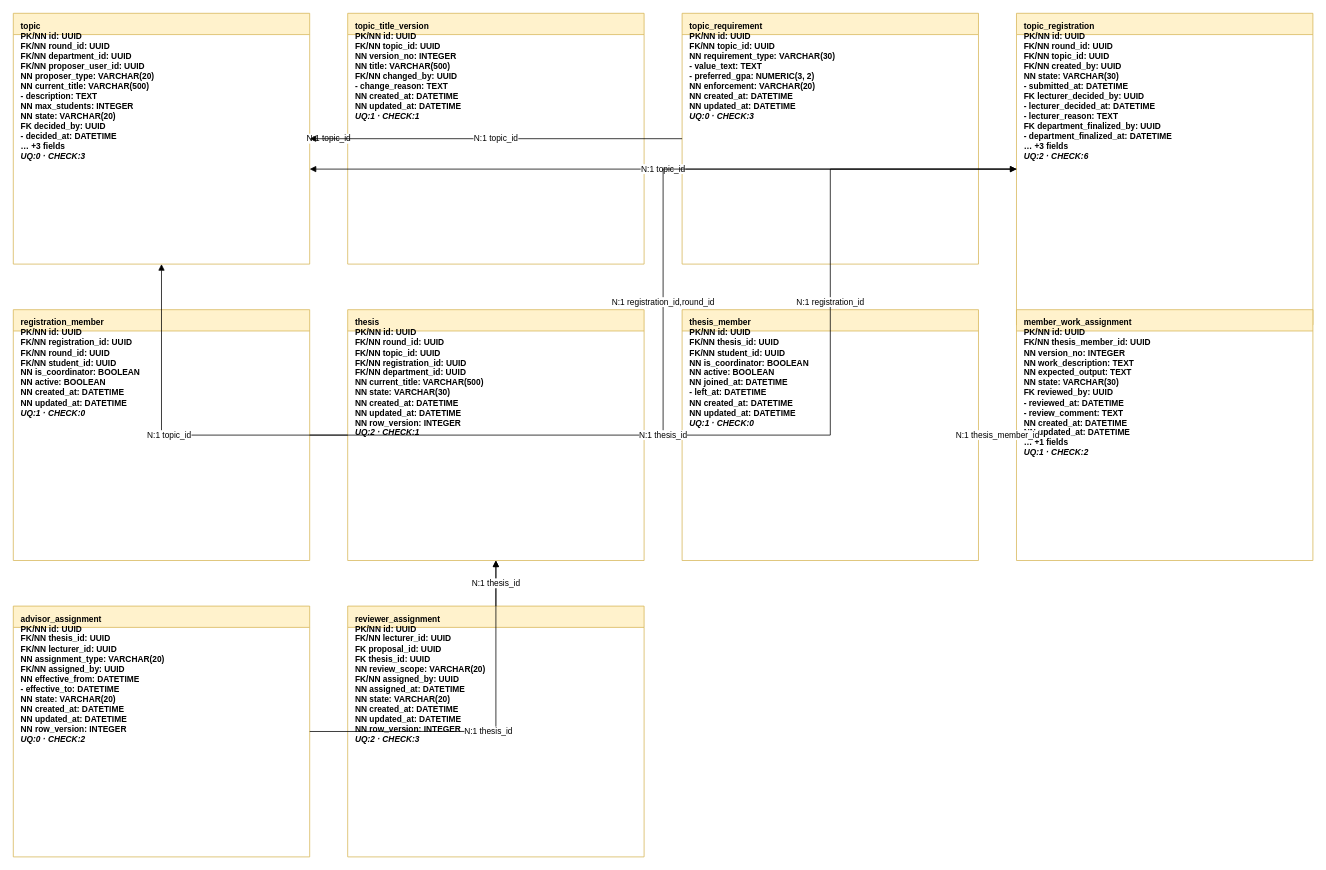
Earlier version of the draw.io diagram page "ERD 2 - Topic, đăng ký và Thesis" (2 of 5) of docs/design/erd.drawio (MingJien/kltn-management-ai). Source tidied: cells renumbered, new cells numbered last; positions are measured from the earlier drawing's top-left corner, leaving out a move shared by most shapes. Both pictures are drawn from the tidied source at 76%, with x=0, y=0 at pixel (13, 13).
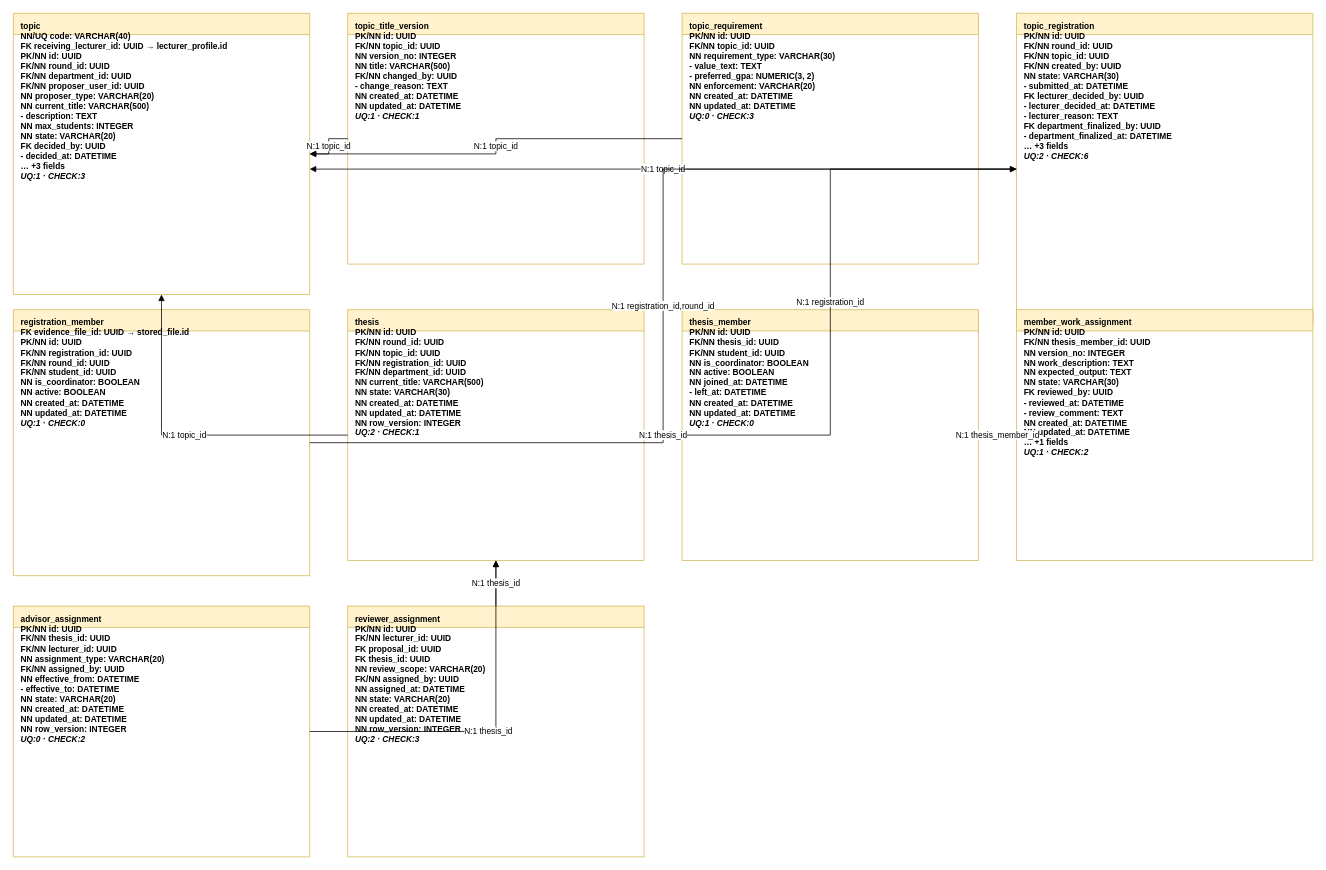
Above is the later version.

What changed in the source:
```diff
@@
-    <mxCell id="2" value="&lt;b&gt;topic&lt;/b&gt;&lt;br&gt;PK/NN id: UUID&lt;br&gt;FK/NN round_id: UUID&lt;br&gt;FK/NN department_id: UUID&lt;br&gt;FK/NN proposer_user_id: UUID&lt;br&gt;NN proposer_type: VARCHAR(20)&lt;br&gt;NN current_title: VARCHAR(500)&lt;br&gt;- description: TEXT&lt;br&gt;NN max_students: INTEGER&lt;br&gt;NN state: VARCHAR(20)&lt;br&gt;FK decided_by: UUID&lt;br&gt;- decided_at: DATETIME&lt;br&gt;… +3 fields&lt;br&gt;&lt;i&gt;UQ:0 · CHECK:3&lt;/i&gt;" style="swimlane;horizontal=1;startSize=28;whiteSpace=wrap;html=1;fillColor=#fff2cc;strokeColor=#d6b656;align=left;verticalAlign=top;spacingLeft=8;spacingTop=4;fontSize=11;" parent="1" vertex="1">
-      <mxGeometry width="390" height="330" as="geometry" />
+    <mxCell id="2" value="&lt;b&gt;topic&lt;/b&gt;&lt;br&gt;NN/UQ code: VARCHAR(40)&lt;br&gt;FK receiving_lecturer_id: UUID → lecturer_profile.id&lt;br&gt;PK/NN id: UUID&lt;br&gt;FK/NN round_id: UUID&lt;br&gt;FK/NN department_id: UUID&lt;br&gt;FK/NN proposer_user_id: UUID&lt;br&gt;NN proposer_type: VARCHAR(20)&lt;br&gt;NN current_title: VARCHAR(500)&lt;br&gt;- description: TEXT&lt;br&gt;NN max_students: INTEGER&lt;br&gt;NN state: VARCHAR(20)&lt;br&gt;FK decided_by: UUID&lt;br&gt;- decided_at: DATETIME&lt;br&gt;… +3 fields&lt;br&gt;&lt;i&gt;UQ:1 · CHECK:3&lt;/i&gt;" style="swimlane;horizontal=1;startSize=28;whiteSpace=wrap;html=1;fillColor=#fff2cc;strokeColor=#d6b656;align=left;verticalAlign=top;spacingLeft=8;spacingTop=4;fontSize=11;" parent="1" vertex="1">
+      <mxGeometry width="390" height="370" as="geometry" />
     </mxCell>
@@
-    <mxCell id="6" value="&lt;b&gt;registration_member&lt;/b&gt;&lt;br&gt;PK/NN id: UUID&lt;br&gt;FK/NN registration_id: UUID&lt;br&gt;FK/NN round_id: UUID&lt;br&gt;FK/NN student_id: UUID&lt;br&gt;NN is_coordinator: BOOLEAN&lt;br&gt;NN active: BOOLEAN&lt;br&gt;NN created_at: DATETIME&lt;br&gt;NN updated_at: DATETIME&lt;br&gt;&lt;i&gt;UQ:1 · CHECK:0&lt;/i&gt;" style="swimlane;horizontal=1;startSize=28;whiteSpace=wrap;html=1;fillColor=#fff2cc;strokeColor=#d6b656;align=left;verticalAlign=top;spacingLeft=8;spacingTop=4;fontSize=11;" parent="1" vertex="1">
-      <mxGeometry y="390" width="390" height="330" as="geometry" />
+    <mxCell id="6" value="&lt;b&gt;registration_member&lt;/b&gt;&lt;br&gt;FK evidence_file_id: UUID → stored_file.id&lt;br&gt;PK/NN id: UUID&lt;br&gt;FK/NN registration_id: UUID&lt;br&gt;FK/NN round_id: UUID&lt;br&gt;FK/NN student_id: UUID&lt;br&gt;NN is_coordinator: BOOLEAN&lt;br&gt;NN active: BOOLEAN&lt;br&gt;NN created_at: DATETIME&lt;br&gt;NN updated_at: DATETIME&lt;br&gt;&lt;i&gt;UQ:1 · CHECK:0&lt;/i&gt;" style="swimlane;horizontal=1;startSize=28;whiteSpace=wrap;html=1;fillColor=#fff2cc;strokeColor=#d6b656;align=left;verticalAlign=top;spacingLeft=8;spacingTop=4;fontSize=11;" parent="1" vertex="1">
+      <mxGeometry y="390" width="390" height="350" as="geometry" />
     </mxCell>
```
